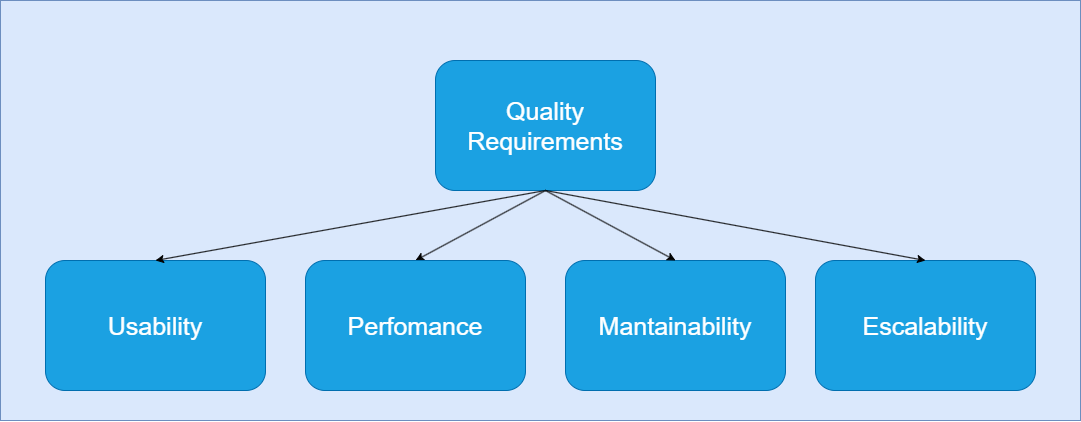
This is docs/images/10_quality_tree.drawio.png from Arquisoft/wiq_es05b, a draw.io export, as it was before one commit. Source tidied: cells renumbered, new cells last; positions are measured from the earlier drawing's top-left corner, leaving out a move shared by most shapes.
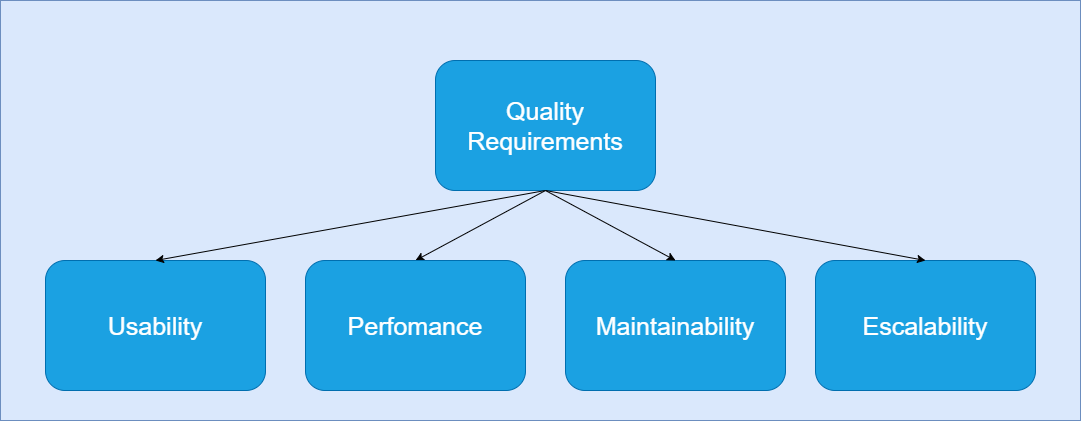
The same diagram one commit later.

Commit message:
Fixed typo in quality tree image

What changed in the source:
```diff
@@ -17,7 +17,7 @@
     <mxCell id="6" value="Perfomance" style="rounded=1;whiteSpace=wrap;html=1;fontSize=25;fillColor=#1ba1e2;fontColor=#ffffff;strokeColor=#006EAF;" parent="1" vertex="1">
       <mxGeometry x="305" y="260" width="220" height="130" as="geometry" />
     </mxCell>
-    <mxCell id="7" value="Mantainability" style="rounded=1;whiteSpace=wrap;html=1;fontSize=25;fillColor=#1ba1e2;fontColor=#ffffff;strokeColor=#006EAF;" parent="1" vertex="1">
+    <mxCell id="7" value="Maintainability" style="rounded=1;whiteSpace=wrap;html=1;fontSize=25;fillColor=#1ba1e2;fontColor=#ffffff;strokeColor=#006EAF;" parent="1" vertex="1">
       <mxGeometry x="565" y="260" width="220" height="130" as="geometry" />
     </mxCell>
     <mxCell id="8" value="Escalability" style="rounded=1;whiteSpace=wrap;html=1;fontSize=25;fillColor=#1ba1e2;fontColor=#ffffff;strokeColor=#006EAF;" parent="1" vertex="1">
```
